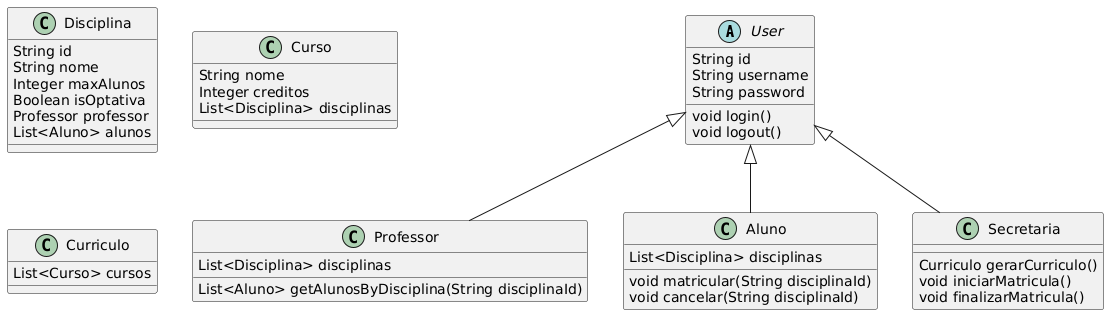
The PlantUML diagram project/img/Class.png in thevinilima/lds-sprint1, before a commit.
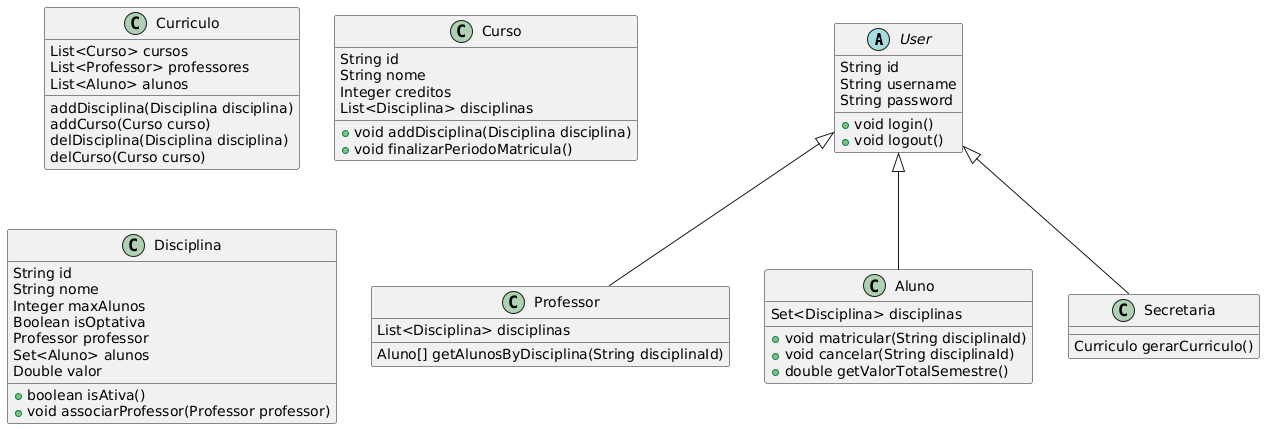
After the commit.

Change to the diagram source:
```diff
@@ -7,30 +7,41 @@
 User : String id
 User : String username
 User : String password
-User : void login()
-User : void logout()
+User : +void login()
+User : +void logout()
+
+Professor : List<Disciplina> disciplinas
+Professor : Aluno[] getAlunosByDisciplina(String disciplinaId)
+
+Aluno : Set<Disciplina> disciplinas
+Aluno : +void matricular(String disciplinaId)
+Aluno : +void cancelar(String disciplinaId)
+Aluno : +double getValorTotalSemestre()
 
 Secretaria : Curriculo gerarCurriculo()
-Secretaria : void iniciarMatricula()
-Secretaria : void finalizarMatricula()
 
-Professor : List<Disciplina> disciplinas
-Professor : List<Aluno> getAlunosByDisciplina(String disciplinaId)
+Curriculo : List<Curso> cursos
+Curriculo : List<Professor> professores
+Curriculo : List<Aluno> alunos
+Curriculo : addDisciplina(Disciplina disciplina)
+Curriculo : addCurso(Curso curso)
+Curriculo : delDisciplina(Disciplina disciplina)
+Curriculo : delCurso(Curso curso)
 
-Aluno : void matricular(String disciplinaId)
-Aluno : void cancelar(String disciplinaId)
-Aluno : List<Disciplina> disciplinas
+Curso : String id
+Curso : String nome
+Curso : Integer creditos
+Curso : List<Disciplina> disciplinas
+Curso : +void addDisciplina(Disciplina disciplina)
+Curso : +void finalizarPeriodoMatricula()
 
 Disciplina : String id
 Disciplina : String nome
 Disciplina : Integer maxAlunos
 Disciplina : Boolean isOptativa
 Disciplina : Professor professor
-Disciplina : List<Aluno> alunos
-
-Curso : String nome
-Curso : Integer creditos
-Curso : List<Disciplina> disciplinas
-
-Curriculo : List<Curso> cursos
+Disciplina : Set<Aluno> alunos
+Disciplina : Double valor
+Disciplina : +boolean isAtiva()
+Disciplina : +void associarProfessor(Professor professor)
 @enduml
```
